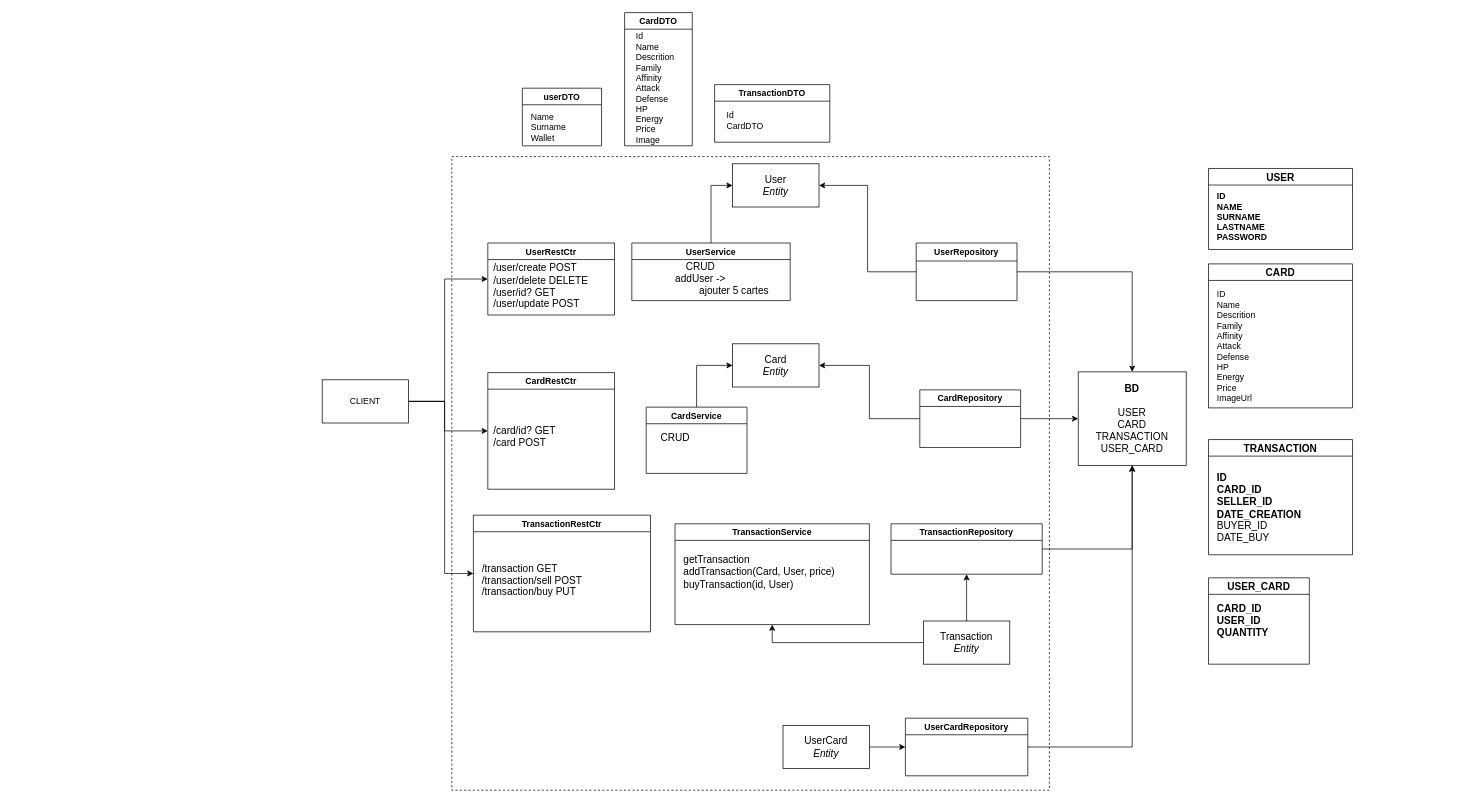
Earlier version of the draw.io diagram Atelier2/atelier2.drawio (GOROVSKY/ASI_CPE). Source tidied: cells renumbered, new cells numbered last; positions are measured from the earlier drawing's top-left corner, leaving out a move shared by most shapes. Both pictures are drawn from the tidied source at 72%, with x=0, y=0 at pixel (322, 12).
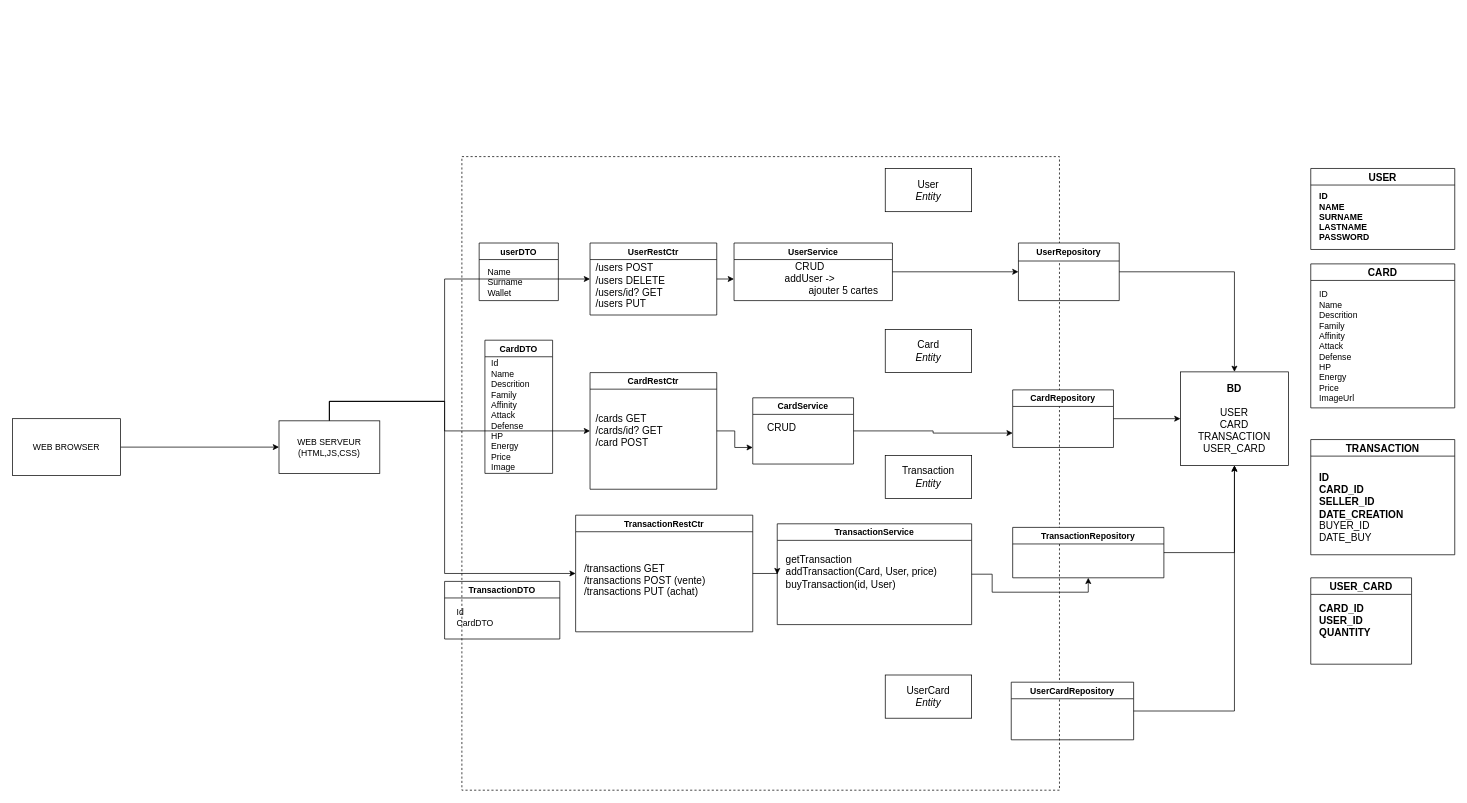
Above is the later version.

Diff of the diagram source:
```diff
@@
     <mxCell id="2" style="rounded=0;whiteSpace=wrap;html=1;fillColor=none;dashed=1;" parent="1" vertex="1">
-      <mxGeometry x="180" y="200" width="830" height="880" as="geometry" />
+      <mxGeometry x="194" y="200" width="830" height="880" as="geometry" />
     </mxCell>
@@
-    <mxCell id="6" value="CLIENT" style="rounded=0;whiteSpace=wrap;html=1;" parent="1" vertex="1">
-      <mxGeometry y="510" width="120" height="60" as="geometry" />
+    <mxCell id="6" value="&lt;div&gt;WEB SERVEUR&lt;/div&gt;&lt;div&gt;(HTML,JS,CSS)&lt;br&gt;&lt;/div&gt;" style="rounded=0;whiteSpace=wrap;html=1;" parent="1" vertex="1">
+      <mxGeometry x="-60" y="567" width="140" height="73" as="geometry" />
     </mxCell>
+    <mxCell id="53" style="edgeStyle=orthogonalEdgeStyle;rounded=0;jettySize=auto;html=1;exitX=1;exitY=0.5;exitDx=0;exitDy=0;entryX=0.043;entryY=0.504;entryDx=0;entryDy=0;entryPerimeter=0;" parent="1" edge="1" source="7" target="14">
+      <mxGeometry relative="1" as="geometry" />
+    </mxCell>
     <mxCell id="7" value="UserRestCtr" style="swimlane;" parent="1" vertex="1">
-      <mxGeometry x="230" y="320" width="176" height="100" as="geometry" />
+      <mxGeometry x="372" y="320" width="176" height="100" as="geometry" />
     </mxCell>
-    <mxCell id="8" value="&lt;div align=&quot;left&quot;&gt;/user/create POST&lt;br&gt;&lt;/div&gt;&lt;div style=&quot;font-size: 14px&quot; align=&quot;left&quot;&gt;/user/delete DELETE&lt;br style=&quot;font-size: 14px&quot;&gt;&lt;/div&gt;&lt;div&gt;/user/id? GET&lt;/div&gt;&lt;div&gt;/user/update POST&lt;br&gt;&lt;/div&gt;" style="text;html=1;align=left;verticalAlign=middle;strokeColor=none;fillColor=none;fontSize=14;" parent="7" vertex="1">
-      <mxGeometry x="6" y="25" width="170" height="70" as="geometry" />
+    <mxCell id="8" value="&lt;div align=&quot;left&quot;&gt;/users POST&lt;br&gt;&lt;/div&gt;&lt;div style=&quot;font-size: 14px&quot; align=&quot;left&quot;&gt;/users DELETE&lt;br style=&quot;font-size: 14px&quot;&gt;&lt;/div&gt;&lt;div&gt;/users/id? GET&lt;/div&gt;&lt;div&gt;/users PUT&lt;/div&gt;" style="text;html=1;align=left;verticalAlign=middle;strokeColor=none;fillColor=none;fontSize=14;" parent="7" vertex="1">
+      <mxGeometry x="6" y="25" width="110" height="70" as="geometry" />
     </mxCell>
     <mxCell id="9" value="CardRestCtr" style="swimlane;" parent="1" vertex="1">
-      <mxGeometry x="230" y="500" width="176" height="162" as="geometry" />
+      <mxGeometry x="372" y="500" width="176" height="162" as="geometry" />
     </mxCell>
-    <mxCell id="10" value="&lt;div align=&quot;left&quot;&gt;&lt;br&gt;&lt;/div&gt;&lt;div align=&quot;left&quot;&gt;/card/id? GET&lt;/div&gt;&lt;div align=&quot;left&quot;&gt;/card POST&lt;br&gt;&lt;/div&gt;" style="text;html=1;align=left;verticalAlign=middle;strokeColor=none;fillColor=none;fontSize=14;" parent="9" vertex="1">
+    <mxCell id="10" value="&lt;div align=&quot;left&quot;&gt;/cards GET&lt;br&gt;&lt;/div&gt;&lt;div align=&quot;left&quot;&gt;/cards/id? GET&lt;/div&gt;&lt;div align=&quot;left&quot;&gt;/card POST&lt;br&gt;&lt;/div&gt;" style="text;html=1;align=left;verticalAlign=middle;strokeColor=none;fillColor=none;fontSize=14;" parent="9" vertex="1">
       <mxGeometry x="6" y="51" width="110" height="60" as="geometry" />
     </mxCell>
     <mxCell id="11" value="&lt;div&gt;User&lt;/div&gt;&lt;i&gt;Entity&lt;/i&gt;" style="rounded=0;whiteSpace=wrap;html=1;fontSize=14;fillColor=default;" parent="1" vertex="1">
-      <mxGeometry x="570" y="210" width="120" height="60" as="geometry" />
+      <mxGeometry x="782" y="216.5" width="120" height="60" as="geometry" />
     </mxCell>
-    <mxCell id="12" style="edgeStyle=orthogonalEdgeStyle;rounded=0;jettySize=auto;html=1;entryX=0;entryY=0.5;entryDx=0;entryDy=0;fontSize=14;" parent="1" edge="1" source="13" target="11">
+    <mxCell id="12" style="edgeStyle=orthogonalEdgeStyle;rounded=0;jettySize=auto;html=1;entryX=0;entryY=0.5;entryDx=0;entryDy=0;fontSize=14;" parent="1" edge="1" source="13" target="17">
       <mxGeometry relative="1" as="geometry" />
     </mxCell>
     <mxCell id="13" value="UserService" style="swimlane;" parent="1" vertex="1">
-      <mxGeometry x="430" y="320" width="220" height="80" as="geometry" />
+      <mxGeometry x="572" y="320" width="220" height="80" as="geometry" />
     </mxCell>
-    <mxCell id="14" value="&lt;div&gt;CRUD&lt;/div&gt;&lt;div&gt;addUser -&amp;gt; &lt;br&gt;&lt;/div&gt;&lt;div&gt;&lt;span style=&quot;white-space: pre&quot;&gt;&#9;&lt;/span&gt;&lt;span style=&quot;white-space: pre&quot;&gt;&#9;&lt;/span&gt;&lt;span style=&quot;white-space: pre&quot;&gt;&#9;&lt;/span&gt;ajouter 5 cartes&lt;br&gt;&lt;/div&gt;" style="text;html=1;align=center;verticalAlign=middle;points=[];strokeColor=none;fillColor=none;fontSize=14;" parent="13" vertex="1">
-      <mxGeometry x="-20" y="20" width="230" height="60" as="geometry" />
-    </mxCell>
-    <mxCell id="15" style="edgeStyle=orthogonalEdgeStyle;rounded=0;jettySize=auto;html=1;entryX=1;entryY=0.5;entryDx=0;entryDy=0;fontSize=14;" parent="1" edge="1" source="17" target="11">
-      <mxGeometry relative="1" as="geometry" />
-    </mxCell>
@@
     <mxCell id="17" value="UserRepository" style="swimlane;startSize=25;" parent="1" vertex="1">
-      <mxGeometry x="825" y="320" width="140" height="80" as="geometry" />
+      <mxGeometry x="967" y="320" width="140" height="80" as="geometry" />
     </mxCell>
     <mxCell id="18" value="&lt;div&gt;&lt;b&gt;BD&lt;/b&gt;&lt;/div&gt;&lt;div&gt;&lt;br&gt;&lt;/div&gt;&lt;div&gt;USER&lt;/div&gt;&lt;div&gt;CARD&lt;/div&gt;&lt;div&gt;TRANSACTION&lt;br&gt;&lt;/div&gt;&lt;div&gt;USER_CARD&lt;br&gt;&lt;/div&gt;" style="rounded=0;whiteSpace=wrap;html=1;fontSize=14;fillColor=default;" parent="1" vertex="1">
-      <mxGeometry x="1050" y="499" width="150" height="130" as="geometry" />
+      <mxGeometry x="1192" y="499" width="150" height="130" as="geometry" />
     </mxCell>
-    <mxCell id="19" style="edgeStyle=orthogonalEdgeStyle;rounded=0;jettySize=auto;html=1;entryX=0;entryY=0.5;entryDx=0;entryDy=0;fontSize=14;" parent="1" edge="1" source="20" target="25">
+    <mxCell id="19" style="edgeStyle=orthogonalEdgeStyle;rounded=0;jettySize=auto;html=1;entryX=0;entryY=0.75;entryDx=0;entryDy=0;fontSize=14;exitX=1;exitY=0.5;exitDx=0;exitDy=0;" parent="1" edge="1" source="9" target="20">
       <mxGeometry relative="1" as="geometry" />
     </mxCell>
     <mxCell id="20" value="CardService" style="swimlane;" parent="1" vertex="1">
-      <mxGeometry x="450" y="548" width="140" height="92" as="geometry" />
+      <mxGeometry x="598" y="535" width="140" height="92" as="geometry" />
     </mxCell>
@@
-    <mxCell id="22" style="edgeStyle=orthogonalEdgeStyle;rounded=0;jettySize=auto;html=1;entryX=1;entryY=0.5;entryDx=0;entryDy=0;fontSize=14;" parent="1" edge="1" source="24" target="25">
+    <mxCell id="22" style="edgeStyle=orthogonalEdgeStyle;rounded=0;jettySize=auto;html=1;fontSize=14;exitX=1;exitY=0.5;exitDx=0;exitDy=0;entryX=0;entryY=0.75;entryDx=0;entryDy=0;" parent="1" edge="1" source="20" target="24">
       <mxGeometry relative="1" as="geometry" />
     </mxCell>
@@
     <mxCell id="24" value="CardRepository" style="swimlane;" parent="1" vertex="1">
-      <mxGeometry x="830" y="524" width="140" height="80" as="geometry" />
+      <mxGeometry x="959" y="524" width="140" height="80" as="geometry" />
     </mxCell>
     <mxCell id="25" value="&lt;div&gt;Card&lt;/div&gt;&lt;div&gt;&lt;i&gt;Entity&lt;/i&gt;&lt;br&gt;&lt;/div&gt;" style="rounded=0;whiteSpace=wrap;html=1;fontSize=14;fillColor=default;" parent="1" vertex="1">
-      <mxGeometry x="570" y="460" width="120" height="60" as="geometry" />
+      <mxGeometry x="782" y="440" width="120" height="60" as="geometry" />
     </mxCell>
     <mxCell id="26" value="TransactionService" style="swimlane;" parent="1" vertex="1">
-      <mxGeometry x="490" y="710" width="270" height="140" as="geometry" />
+      <mxGeometry x="632" y="710" width="270" height="140" as="geometry" />
     </mxCell>
@@
     <mxCell id="28" value="TRANSACTION" style="swimlane;fontSize=14;fillColor=default;" parent="1" vertex="1">
-      <mxGeometry x="1231" y="593" width="200" height="160" as="geometry" />
+      <mxGeometry x="1373" y="593" width="200" height="160" as="geometry" />
     </mxCell>
@@
     <mxCell id="30" value="USER_CARD" style="swimlane;fontSize=14;fillColor=default;" parent="1" vertex="1">
-      <mxGeometry x="1231" y="785" width="140" height="120" as="geometry" />
+      <mxGeometry x="1373" y="785" width="140" height="120" as="geometry" />
     </mxCell>
@@
     <mxCell id="33" value="TransactionRepository" style="swimlane;" parent="1" vertex="1">
-      <mxGeometry x="790" y="710" width="210" height="70" as="geometry" />
+      <mxGeometry x="959" y="715" width="210" height="70" as="geometry" />
     </mxCell>
     <mxCell id="34" value="TransactionRestCtr" style="swimlane;" parent="1" vertex="1">
-      <mxGeometry x="210" y="698" width="246" height="162" as="geometry" />
+      <mxGeometry x="352" y="698" width="246" height="162" as="geometry" />
     </mxCell>
-    <mxCell id="35" value="&lt;div&gt;&lt;br&gt;&lt;div&gt;/transaction GET&lt;/div&gt;&lt;/div&gt;&lt;div&gt;/transaction/sell POST&lt;/div&gt;&lt;div&gt;/transaction/buy PUT&lt;/div&gt;" style="text;html=1;align=left;verticalAlign=middle;strokeColor=none;fillColor=none;fontSize=14;" parent="34" vertex="1">
-      <mxGeometry x="10" y="47" width="170" height="70" as="geometry" />
+    <mxCell id="35" value="&lt;div&gt;&lt;br&gt;&lt;div&gt;/transactions GET&lt;/div&gt;&lt;/div&gt;&lt;div&gt;/transactions POST (vente)&lt;br&gt;&lt;/div&gt;&lt;div&gt;/transactions PUT (achat)&lt;br&gt;&lt;/div&gt;" style="text;html=1;align=left;verticalAlign=middle;strokeColor=none;fillColor=none;fontSize=14;" parent="34" vertex="1">
+      <mxGeometry x="10" y="47" width="180" height="70" as="geometry" />
     </mxCell>
-    <mxCell id="36" style="edgeStyle=orthogonalEdgeStyle;rounded=0;jettySize=auto;html=1;entryX=0.5;entryY=1;entryDx=0;entryDy=0;fontSize=14;" parent="1" edge="1" source="38" target="26">
+    <mxCell id="36" style="edgeStyle=orthogonalEdgeStyle;rounded=0;jettySize=auto;html=1;entryX=0;entryY=0.5;entryDx=0;entryDy=0;fontSize=14;exitX=1;exitY=0.5;exitDx=0;exitDy=0;" parent="1" edge="1" source="34" target="26">
       <mxGeometry relative="1" as="geometry" />
     </mxCell>
-    <mxCell id="37" style="edgeStyle=orthogonalEdgeStyle;rounded=0;jettySize=auto;html=1;entryX=0.5;entryY=1;entryDx=0;entryDy=0;fontSize=14;" parent="1" edge="1" source="38" target="33">
+    <mxCell id="37" style="edgeStyle=orthogonalEdgeStyle;rounded=0;jettySize=auto;html=1;entryX=0.5;entryY=1;entryDx=0;entryDy=0;fontSize=14;exitX=1;exitY=0.5;exitDx=0;exitDy=0;" parent="1" edge="1" source="26" target="33">
       <mxGeometry relative="1" as="geometry" />
     </mxCell>
     <mxCell id="38" value="&lt;div&gt;Transaction&lt;/div&gt;&lt;div&gt;&lt;i&gt;Entity&lt;/i&gt;&lt;br&gt;&lt;/div&gt;" style="rounded=0;whiteSpace=wrap;html=1;fontSize=14;fillColor=default;" parent="1" vertex="1">
-      <mxGeometry x="835" y="845" width="120" height="60" as="geometry" />
+      <mxGeometry x="782" y="615" width="120" height="60" as="geometry" />
     </mxCell>
     <mxCell id="39" value="CARD" style="swimlane;fontSize=14;fillColor=default;" parent="1" vertex="1">
-      <mxGeometry x="1231" y="349" width="200" height="200" as="geometry" />
+      <mxGeometry x="1373" y="349" width="200" height="200" as="geometry" />
     </mxCell>
@@
     <mxCell id="41" value="USER" style="swimlane;fontSize=14;fillColor=default;" parent="1" vertex="1">
-      <mxGeometry x="1231" y="216.5" width="200" height="112.5" as="geometry" />
+      <mxGeometry x="1373" y="216.5" width="200" height="112.5" as="geometry" />
     </mxCell>
@@
     <mxCell id="44" value="UserCardRepository" style="swimlane;" parent="1" vertex="1">
-      <mxGeometry x="810" y="980" width="170" height="80" as="geometry" />
+      <mxGeometry x="957" y="930" width="170" height="80" as="geometry" />
     </mxCell>
     <mxCell id="45" value="userDTO" style="swimlane;fillColor=none;" parent="1" vertex="1">
-      <mxGeometry x="278" y="105" width="110" height="80" as="geometry" />
+      <mxGeometry x="218" y="320" width="110" height="80" as="geometry" />
     </mxCell>
@@
     <mxCell id="47" value="CardDTO" style="swimlane;fillColor=none;" parent="1" vertex="1">
-      <mxGeometry x="420" width="94" height="185" as="geometry" />
+      <mxGeometry x="226" y="455" width="94" height="185" as="geometry" />
     </mxCell>
     <mxCell id="48" value="&lt;div&gt;Id&lt;/div&gt;&lt;div&gt;Name&lt;br&gt;&lt;/div&gt;&lt;div&gt;Descrition&lt;/div&gt;&lt;div&gt;Family&lt;/div&gt;&lt;div&gt;Affinity&lt;/div&gt;&lt;div&gt;Attack&lt;/div&gt;&lt;div&gt;Defense&lt;/div&gt;&lt;div&gt;HP&lt;/div&gt;&lt;div&gt;Energy&lt;/div&gt;&lt;div&gt;Price&lt;br&gt;&lt;/div&gt;&lt;div&gt;Image&lt;/div&gt;" style="text;html=1;align=left;verticalAlign=middle;strokeColor=none;fillColor=none;" parent="47" vertex="1">
-      <mxGeometry x="14" y="25" width="80" height="160" as="geometry" />
+      <mxGeometry x="7" y="25" width="80" height="160" as="geometry" />
     </mxCell>
     <mxCell id="49" value="TransactionDTO" style="swimlane;fillColor=none;" parent="1" vertex="1">
-      <mxGeometry x="545" y="100" width="160" height="80" as="geometry" />
+      <mxGeometry x="170" y="790" width="160" height="80" as="geometry" />
     </mxCell>
@@
-    <mxCell id="51" style="edgeStyle=orthogonalEdgeStyle;rounded=0;jettySize=auto;html=1;entryX=0;entryY=0.5;entryDx=0;entryDy=0;" parent="1" edge="1" source="52" target="44">
-      <mxGeometry relative="1" as="geometry" />
-    </mxCell>
     <mxCell id="52" value="UserCard&lt;div&gt;&lt;i&gt;Entity&lt;/i&gt;&lt;br&gt;&lt;/div&gt;" style="rounded=0;whiteSpace=wrap;html=1;fontSize=14;fillColor=default;" parent="1" vertex="1">
-      <mxGeometry x="640" y="990" width="120" height="60" as="geometry" />
+      <mxGeometry x="782" y="920" width="120" height="60" as="geometry" />
     </mxCell>
+    <mxCell id="14" value="&lt;div&gt;CRUD&lt;/div&gt;&lt;div&gt;addUser -&amp;gt; &lt;br&gt;&lt;/div&gt;&lt;div&gt;&lt;span style=&quot;white-space: pre&quot;&gt;&#9;&lt;/span&gt;&lt;span style=&quot;white-space: pre&quot;&gt;&#9;&lt;/span&gt;&lt;span style=&quot;white-space: pre&quot;&gt;&#9;&lt;/span&gt;ajouter 5 cartes&lt;br&gt;&lt;/div&gt;" style="text;html=1;align=center;verticalAlign=middle;points=[];strokeColor=none;fillColor=none;fontSize=14;" parent="1" vertex="1">
+      <mxGeometry x="562" y="340" width="230" height="60" as="geometry" />
+    </mxCell>
+    <mxCell id="54" style="edgeStyle=orthogonalEdgeStyle;rounded=0;jettySize=auto;html=1;exitX=1;exitY=0.5;exitDx=0;exitDy=0;entryX=0;entryY=0.5;entryDx=0;entryDy=0;" parent="1" edge="1" source="55" target="6">
+      <mxGeometry relative="1" as="geometry" />
+    </mxCell>
+    <mxCell id="55" value="WEB BROWSER" style="rounded=0;whiteSpace=wrap;html=1;" parent="1" vertex="1">
+      <mxGeometry x="-430" y="564" width="150" height="79" as="geometry" />
+    </mxCell>
```
